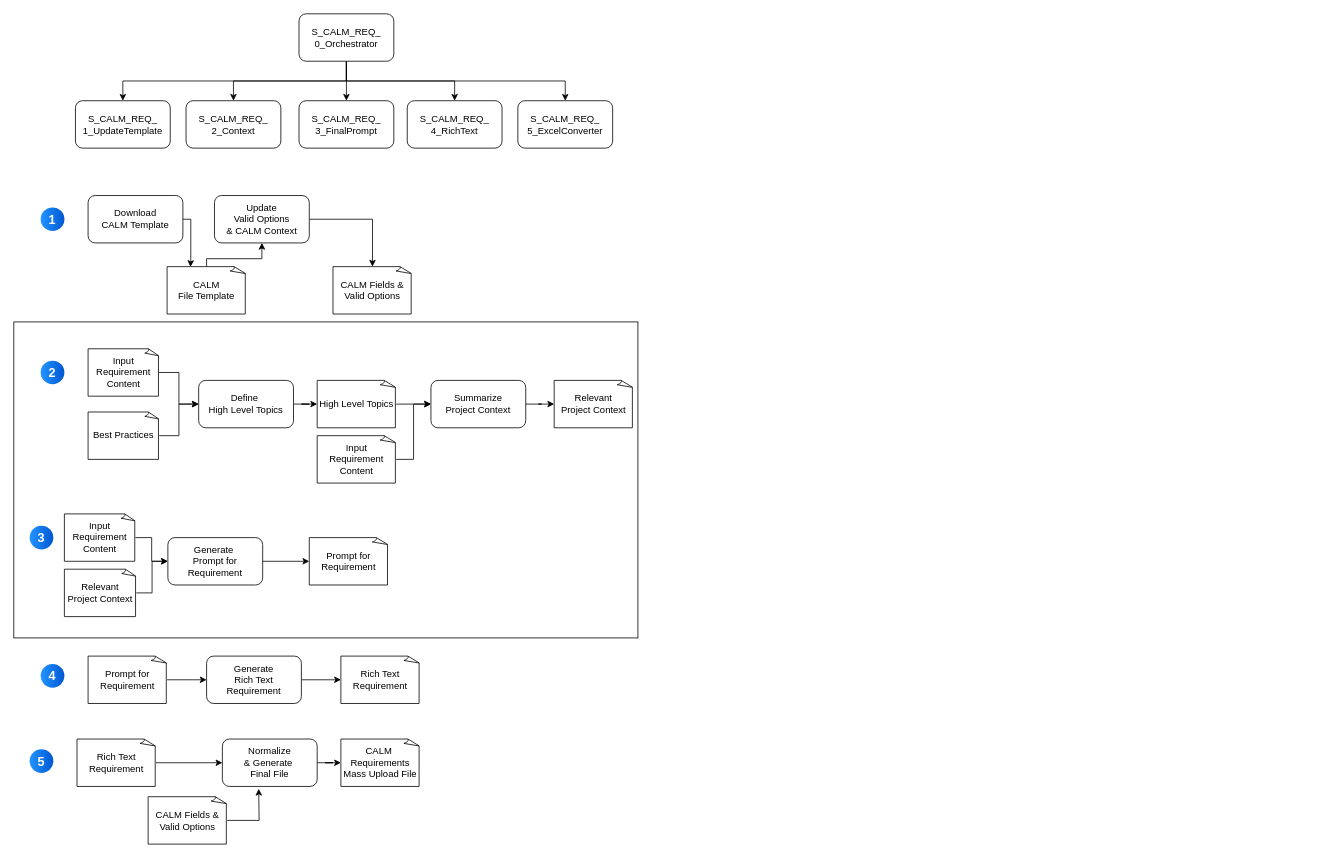
Above: SKILL_CALM_MassUpload_Generator.drawio in SayMadness/Ludica (draw.io), before the change. Source tidied: cells renumbered, new cells numbered last; positions are measured from the earlier drawing's top-left corner, leaving out a move shared by most shapes. Both pictures are drawn from the tidied source at 79%, with x=0, y=0 at pixel (13, 13).
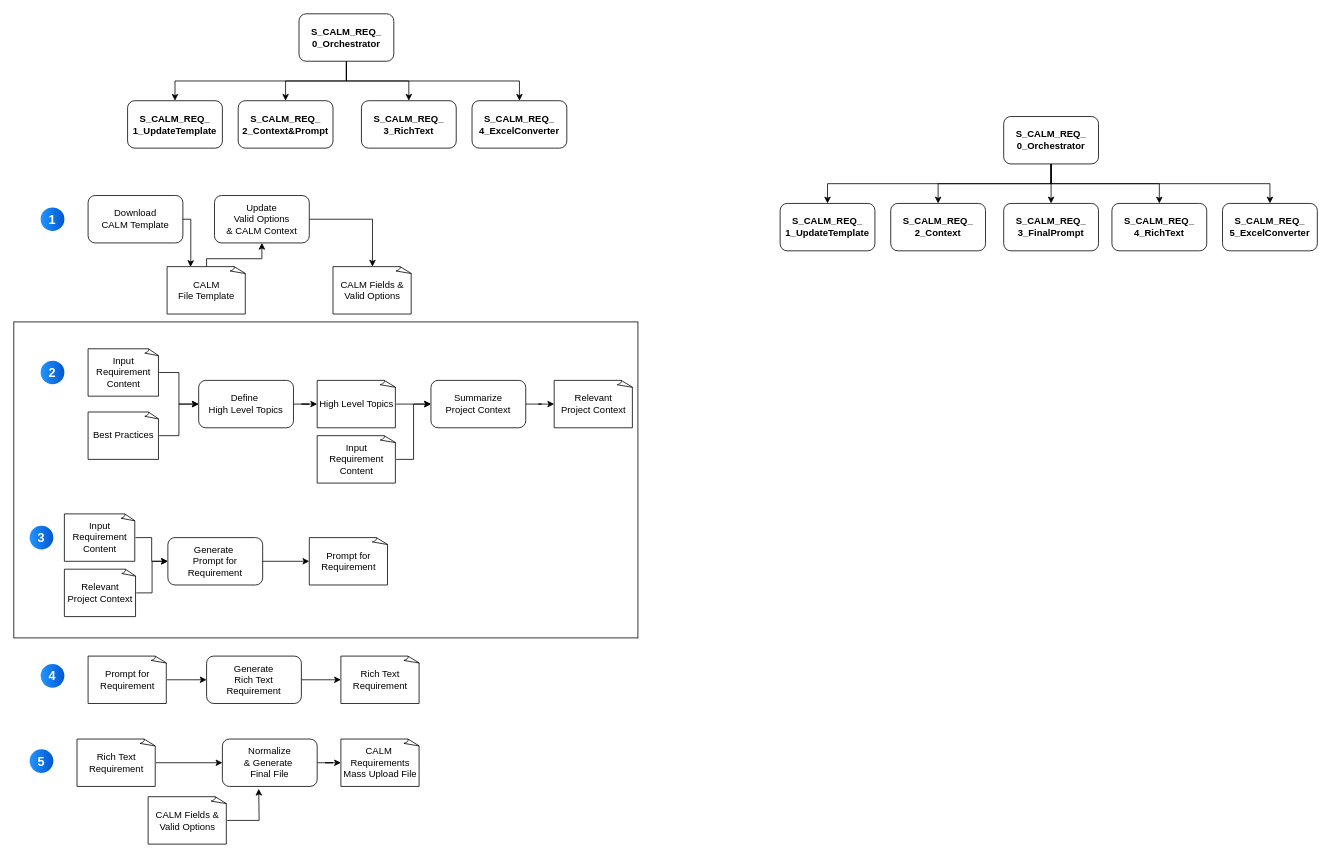
The same diagram, later.

The edit, as a diff of the source:
```diff
@@
-    <mxCell id="47" style="edgeStyle=orthogonalEdgeStyle;rounded=0;jettySize=auto;html=1;exitX=0.5;exitY=1;exitDx=0;exitDy=0;" parent="1" edge="1" source="52" target="53">
+    <mxCell id="47" style="edgeStyle=orthogonalEdgeStyle;rounded=0;jettySize=auto;html=1;exitX=0.5;exitY=1;exitDx=0;exitDy=0;fontStyle=1;" parent="1" edge="1" source="52" target="53">
       <mxGeometry relative="1" as="geometry" />
     </mxCell>
-    <mxCell id="48" style="edgeStyle=orthogonalEdgeStyle;rounded=0;jettySize=auto;html=1;exitX=0.5;exitY=1;exitDx=0;exitDy=0;" parent="1" edge="1" source="52" target="54">
+    <mxCell id="48" style="edgeStyle=orthogonalEdgeStyle;rounded=0;jettySize=auto;html=1;exitX=0.5;exitY=1;exitDx=0;exitDy=0;fontStyle=1;" parent="1" edge="1" source="52" target="54">
       <mxGeometry relative="1" as="geometry" />
     </mxCell>
-    <mxCell id="49" style="edgeStyle=orthogonalEdgeStyle;rounded=0;jettySize=auto;html=1;exitX=0.5;exitY=1;exitDx=0;exitDy=0;" parent="1" edge="1" source="52" target="55">
-      <mxGeometry relative="1" as="geometry" />
-    </mxCell>
-    <mxCell id="50" style="edgeStyle=orthogonalEdgeStyle;rounded=0;jettySize=auto;html=1;entryX=0.5;entryY=0;entryDx=0;entryDy=0;exitX=0.5;exitY=1;exitDx=0;exitDy=0;" parent="1" edge="1" source="52" target="56">
+    <mxCell id="50" style="edgeStyle=orthogonalEdgeStyle;rounded=0;jettySize=auto;html=1;entryX=0.5;entryY=0;entryDx=0;entryDy=0;exitX=0.5;exitY=1;exitDx=0;exitDy=0;fontStyle=1;" parent="1" edge="1" source="52" target="56">
       <mxGeometry relative="1" as="geometry" />
     </mxCell>
-    <mxCell id="51" style="edgeStyle=orthogonalEdgeStyle;rounded=0;jettySize=auto;html=1;entryX=0.5;entryY=0;entryDx=0;entryDy=0;exitX=0.5;exitY=1;exitDx=0;exitDy=0;" parent="1" edge="1" source="52" target="57">
+    <mxCell id="51" style="edgeStyle=orthogonalEdgeStyle;rounded=0;jettySize=auto;html=1;entryX=0.5;entryY=0;entryDx=0;entryDy=0;exitX=0.5;exitY=1;exitDx=0;exitDy=0;fontStyle=1;" parent="1" edge="1" source="52" target="57">
       <mxGeometry relative="1" as="geometry" />
     </mxCell>
-    <mxCell id="52" value="S_CALM_REQ_&lt;br&gt;0_Orchestrator" style="rounded=1;whiteSpace=wrap;html=1;" parent="1" vertex="1">
+    <mxCell id="52" value="S_CALM_REQ_&lt;br&gt;0_Orchestrator" style="rounded=1;whiteSpace=wrap;html=1;fontStyle=1;" parent="1" vertex="1">
       <mxGeometry x="361" width="120" height="60" as="geometry" />
     </mxCell>
-    <mxCell id="53" value="S_CALM_REQ_&lt;br&gt;1_UpdateTemplate" style="rounded=1;whiteSpace=wrap;html=1;" parent="1" vertex="1">
-      <mxGeometry x="78" y="110" width="120" height="60" as="geometry" />
+    <mxCell id="53" value="S_CALM_REQ_&lt;br&gt;1_UpdateTemplate" style="rounded=1;whiteSpace=wrap;html=1;fontStyle=1;" parent="1" vertex="1">
+      <mxGeometry x="144" y="110" width="120" height="60" as="geometry" />
     </mxCell>
-    <mxCell id="54" value="S_CALM_REQ_&lt;br&gt;2_Context" style="rounded=1;whiteSpace=wrap;html=1;" parent="1" vertex="1">
-      <mxGeometry x="218" y="110" width="120" height="60" as="geometry" />
+    <mxCell id="54" value="S_CALM_REQ_&lt;br&gt;2_Context&amp;amp;Prompt" style="rounded=1;whiteSpace=wrap;html=1;fontStyle=1;" parent="1" vertex="1">
+      <mxGeometry x="284" y="110" width="120" height="60" as="geometry" />
     </mxCell>
-    <mxCell id="55" value="S_CALM_REQ_&lt;br&gt;3_FinalPrompt" style="rounded=1;whiteSpace=wrap;html=1;" parent="1" vertex="1">
-      <mxGeometry x="361" y="110" width="120" height="60" as="geometry" />
-    </mxCell>
-    <mxCell id="56" value="S_CALM_REQ_&lt;br&gt;4_RichText" style="rounded=1;whiteSpace=wrap;html=1;" parent="1" vertex="1">
-      <mxGeometry x="498" y="110" width="120" height="60" as="geometry" />
+    <mxCell id="56" value="S_CALM_REQ_&lt;br&gt;3_RichText" style="rounded=1;whiteSpace=wrap;html=1;fontStyle=1;" parent="1" vertex="1">
+      <mxGeometry x="440" y="110" width="120" height="60" as="geometry" />
     </mxCell>
-    <mxCell id="57" value="S_CALM_REQ_&lt;br&gt;5_ExcelConverter" style="rounded=1;whiteSpace=wrap;html=1;" parent="1" vertex="1">
-      <mxGeometry x="638" y="110" width="120" height="60" as="geometry" />
+    <mxCell id="57" value="S_CALM_REQ_&lt;br&gt;4_ExcelConverter" style="rounded=1;whiteSpace=wrap;html=1;fontStyle=1;" parent="1" vertex="1">
+      <mxGeometry x="580" y="110" width="120" height="60" as="geometry" />
     </mxCell>
+    <mxCell id="58" style="edgeStyle=orthogonalEdgeStyle;rounded=0;jettySize=auto;html=1;exitX=0.5;exitY=1;exitDx=0;exitDy=0;fontStyle=1;" parent="1" edge="1" source="63" target="64">
+      <mxGeometry relative="1" as="geometry" />
+    </mxCell>
+    <mxCell id="59" style="edgeStyle=orthogonalEdgeStyle;rounded=0;jettySize=auto;html=1;exitX=0.5;exitY=1;exitDx=0;exitDy=0;fontStyle=1;" parent="1" edge="1" source="63" target="65">
+      <mxGeometry relative="1" as="geometry" />
+    </mxCell>
+    <mxCell id="60" style="edgeStyle=orthogonalEdgeStyle;rounded=0;jettySize=auto;html=1;exitX=0.5;exitY=1;exitDx=0;exitDy=0;fontStyle=1;" parent="1" edge="1" source="63" target="55">
+      <mxGeometry relative="1" as="geometry" />
+    </mxCell>
+    <mxCell id="61" style="edgeStyle=orthogonalEdgeStyle;rounded=0;jettySize=auto;html=1;entryX=0.5;entryY=0;entryDx=0;entryDy=0;exitX=0.5;exitY=1;exitDx=0;exitDy=0;fontStyle=1;" parent="1" edge="1" source="63" target="66">
+      <mxGeometry relative="1" as="geometry" />
+    </mxCell>
+    <mxCell id="62" style="edgeStyle=orthogonalEdgeStyle;rounded=0;jettySize=auto;html=1;entryX=0.5;entryY=0;entryDx=0;entryDy=0;exitX=0.5;exitY=1;exitDx=0;exitDy=0;fontStyle=1;" parent="1" edge="1" source="63" target="67">
+      <mxGeometry relative="1" as="geometry" />
+    </mxCell>
+    <mxCell id="63" value="S_CALM_REQ_&lt;br&gt;0_Orchestrator" style="rounded=1;whiteSpace=wrap;html=1;fontStyle=1;" parent="1" vertex="1">
+      <mxGeometry x="1253" y="130" width="120" height="60" as="geometry" />
+    </mxCell>
+    <mxCell id="64" value="S_CALM_REQ_&lt;br&gt;1_UpdateTemplate" style="rounded=1;whiteSpace=wrap;html=1;fontStyle=1;" parent="1" vertex="1">
+      <mxGeometry x="970" y="240" width="120" height="60" as="geometry" />
+    </mxCell>
+    <mxCell id="65" value="S_CALM_REQ_&lt;br&gt;2_Context" style="rounded=1;whiteSpace=wrap;html=1;fontStyle=1;" parent="1" vertex="1">
+      <mxGeometry x="1110" y="240" width="120" height="60" as="geometry" />
+    </mxCell>
+    <mxCell id="55" value="S_CALM_REQ_&lt;br&gt;3_FinalPrompt" style="rounded=1;whiteSpace=wrap;html=1;fontStyle=1;" parent="1" vertex="1">
+      <mxGeometry x="1253" y="240" width="120" height="60" as="geometry" />
+    </mxCell>
+    <mxCell id="66" value="S_CALM_REQ_&lt;br&gt;4_RichText" style="rounded=1;whiteSpace=wrap;html=1;fontStyle=1;" parent="1" vertex="1">
+      <mxGeometry x="1390" y="240" width="120" height="60" as="geometry" />
+    </mxCell>
+    <mxCell id="67" value="S_CALM_REQ_&lt;br&gt;5_ExcelConverter" style="rounded=1;whiteSpace=wrap;html=1;fontStyle=1;" parent="1" vertex="1">
+      <mxGeometry x="1530" y="240" width="120" height="60" as="geometry" />
+    </mxCell>
```
